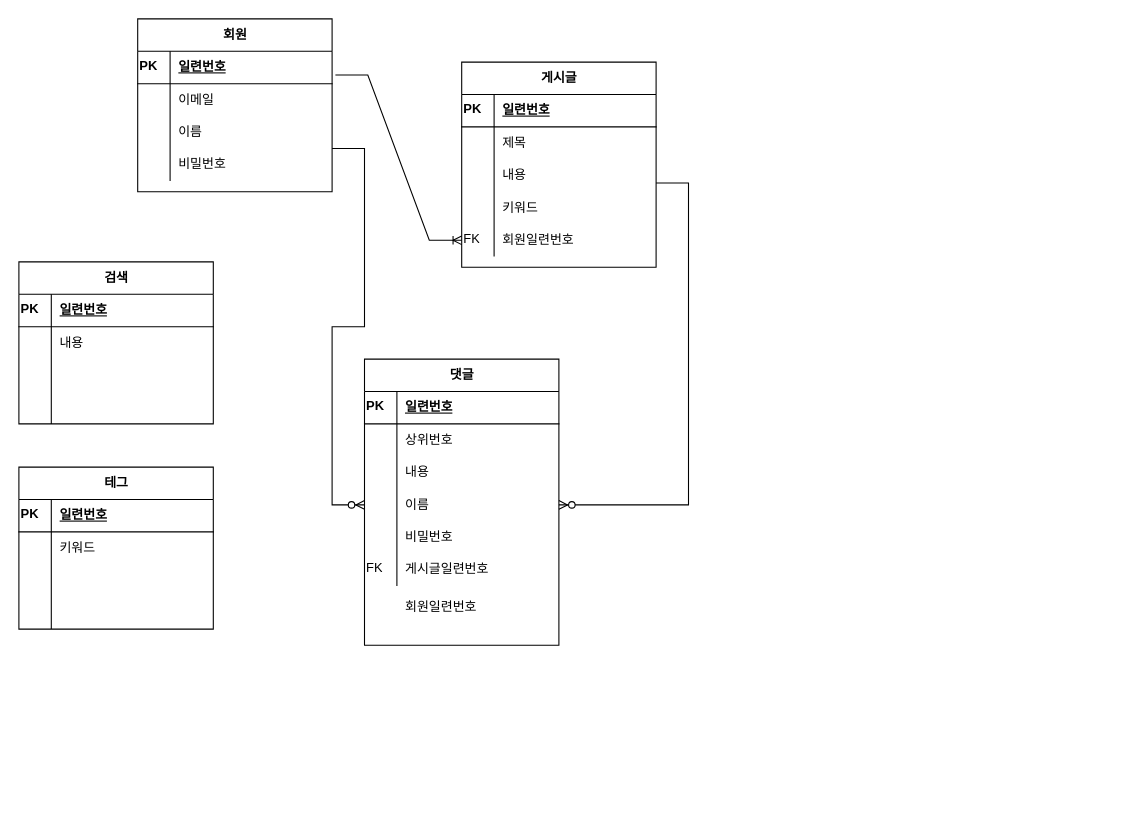
This is blogJoo.drawio from jookyungkim/joo-ERD, a draw.io file, before an edit. Source tidied: cells renumbered, new cells numbered last; positions are measured from the earlier drawing's top-left corner, leaving out a move shared by most shapes. Both pictures are drawn from the tidied source at 108%, with x=0, y=0 at pixel (18, 18).
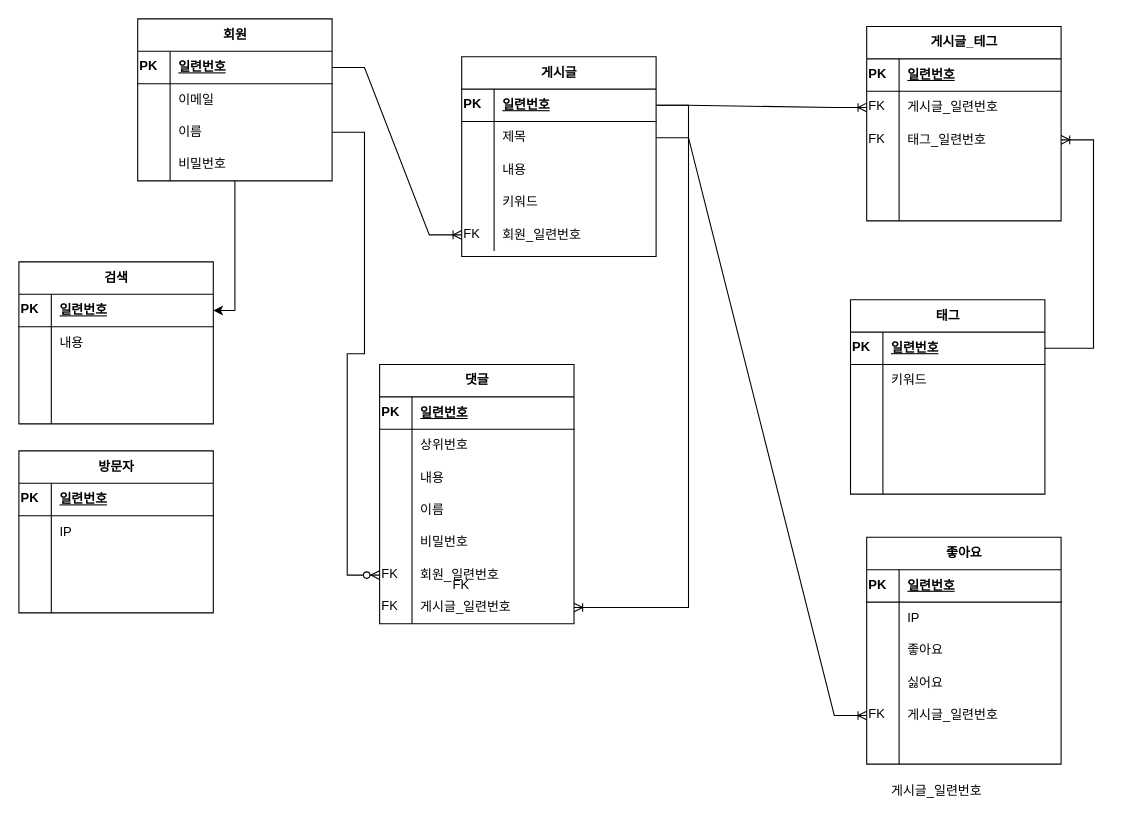
After the change.

The change refers to these unchanged cells:
```xml
<mxCell id="3" style="shape=partialRectangle;fillColor=none;top=0;left=0;bottom=1;right=0;points=[[0,0.5],[1,0.5]];portConstraint=eastwest;align=left;verticalAlign=top;html=1;" parent="2" vertex="1">
  <mxGeometry y="30" width="180" height="30" as="geometry" />
</mxCell>
<mxCell id="9" style="shape=partialRectangle;fillColor=none;top=0;left=0;bottom=0;right=0;points=[[0,0.5],[1,0.5]];portConstraint=eastwest;align=left;verticalAlign=top;html=1;" parent="2" vertex="1">
  <mxGeometry y="90" width="180" height="30" as="geometry" />
</mxCell>
<mxCell id="16" style="shape=partialRectangle;fillColor=none;top=0;left=0;bottom=1;right=0;points=[[0,0.5],[1,0.5]];portConstraint=eastwest;align=left;verticalAlign=top;html=1;" parent="15" vertex="1">
  <mxGeometry y="30" width="180" height="30" as="geometry" />
</mxCell>
<mxCell id="19" style="shape=partialRectangle;fillColor=none;top=0;left=0;bottom=0;right=0;points=[[0,0.5],[1,0.5]];portConstraint=eastwest;align=left;verticalAlign=top;html=1;" parent="15" vertex="1">
  <mxGeometry y="60" width="180" height="30" as="geometry" />
</mxCell>
<mxCell id="28" style="shape=partialRectangle;fillColor=none;top=0;left=0;bottom=0;right=0;points=[[0,0.5],[1,0.5]];portConstraint=eastwest;align=left;verticalAlign=top;html=1;" parent="15" vertex="1">
  <mxGeometry y="150" width="180" height="30" as="geometry" />
</mxCell>
<mxCell id="42" style="shape=partialRectangle;fillColor=none;top=0;left=0;bottom=0;right=0;points=[[0,0.5],[1,0.5]];portConstraint=eastwest;align=left;verticalAlign=top;html=1;" parent="32" vertex="1">
  <mxGeometry y="120" width="180" height="30" as="geometry" />
</mxCell>
<mxCell id="48" style="shape=partialRectangle;fillColor=none;top=0;left=0;bottom=0;right=0;points=[[0,0.5],[1,0.5]];portConstraint=eastwest;align=left;verticalAlign=top;html=1;" parent="32" vertex="1">
  <mxGeometry y="180" width="180" height="30" as="geometry" />
</mxCell>
<mxCell id="53" style="shape=partialRectangle;fillColor=none;top=0;left=0;bottom=1;right=0;points=[[0,0.5],[1,0.5]];portConstraint=eastwest;align=left;verticalAlign=top;html=1;" parent="52" vertex="1">
  <mxGeometry y="30" width="180" height="30" as="geometry" />
</mxCell>
<mxCell id="66" style="shape=partialRectangle;fillColor=none;top=0;left=0;bottom=1;right=0;points=[[0,0.5],[1,0.5]];portConstraint=eastwest;align=left;verticalAlign=top;html=1;" parent="65" vertex="1">
  <mxGeometry y="30" width="180" height="30" as="geometry" />
</mxCell>
```

Diff of the diagram source:
```diff
@@
+    <mxCell id="80" style="edgeStyle=orthogonalEdgeStyle;rounded=0;jettySize=auto;html=1;" parent="1" edge="1" source="2" target="53">
+      <mxGeometry relative="1" as="geometry" />
+    </mxCell>
     <mxCell id="2" value="회원" style="shape=table;startSize=30;childLayout=tableLayout;rowLines=0;fontStyle=1;align=center;html=1;" parent="1" vertex="1">
-      <mxGeometry x="110" width="180" height="160" as="geometry" />
+      <mxGeometry x="110" width="180" height="150" as="geometry" />
     </mxCell>
@@
     <mxCell id="15" value="게시글" style="shape=table;startSize=30;childLayout=tableLayout;rowLines=0;fontStyle=1;align=center;html=1;" parent="1" vertex="1">
-      <mxGeometry x="410" y="40" width="180" height="190" as="geometry" />
+      <mxGeometry x="410" y="35" width="180" height="185" as="geometry" />
     </mxCell>
@@
-    <mxCell id="30" value="회원일련번호" style="shape=partialRectangle;fillColor=none;top=0;left=0;bottom=0;right=0;align=left;spacingLeft=6;overflow=hidden;html=1;" parent="28" vertex="1">
+    <mxCell id="30" value="회원_일련번호" style="shape=partialRectangle;fillColor=none;top=0;left=0;bottom=0;right=0;align=left;spacingLeft=6;overflow=hidden;html=1;" parent="28" vertex="1">
       <mxGeometry x="30" width="150" height="30" as="geometry" />
     </mxCell>
-    <mxCell id="31" style="edgeStyle=entityRelationEdgeStyle;fontSize=12;html=1;endArrow=ERoneToMany;rounded=0;exitX=1.017;exitY=0.733;exitDx=0;exitDy=0;exitPerimeter=0;entryX=0;entryY=0.5;entryDx=0;entryDy=0;" parent="1" edge="1" source="3" target="28">
+    <mxCell id="31" style="edgeStyle=entityRelationEdgeStyle;fontSize=12;html=1;endArrow=ERoneToMany;rounded=0;" parent="1" edge="1" source="3" target="28">
       <mxGeometry relative="1" as="geometry" />
     </mxCell>
     <mxCell id="32" value="댓글" style="shape=table;startSize=30;childLayout=tableLayout;rowLines=0;fontStyle=1;align=center;html=1;" parent="1" vertex="1">
-      <mxGeometry x="320" y="315" width="180" height="265" as="geometry" />
+      <mxGeometry x="334" y="320" width="180" height="240" as="geometry" />
     </mxCell>
@@
-    <mxCell id="50" value="게시글일련번호" style="shape=partialRectangle;fillColor=none;top=0;left=0;bottom=0;right=0;align=left;spacingLeft=6;overflow=hidden;html=1;" parent="48" vertex="1">
+    <mxCell id="50" value="회원_일련번호" style="shape=partialRectangle;fillColor=none;top=0;left=0;bottom=0;right=0;align=left;spacingLeft=6;overflow=hidden;html=1;" parent="48" vertex="1">
       <mxGeometry x="30" width="150" height="30" as="geometry" />
     </mxCell>
-    <mxCell id="51" style="edgeStyle=entityRelationEdgeStyle;fontSize=12;html=1;endArrow=ERzeroToMany;endFill=1;rounded=0;entryX=1;entryY=0.5;entryDx=0;entryDy=0;" parent="1" edge="1" target="42">
-      <mxGeometry relative="1" as="geometry">
-        <mxPoint x="590" y="152" as="sourcePoint" />
-      </mxGeometry>
-    </mxCell>
+    <mxCell id="81" style="shape=partialRectangle;fillColor=none;top=0;left=0;bottom=0;right=0;points=[[0,0.5],[1,0.5]];portConstraint=eastwest;align=left;verticalAlign=top;html=1;" parent="32" vertex="1">
+      <mxGeometry y="210" width="180" height="30" as="geometry" />
+    </mxCell>
+    <mxCell id="82" value="FK" style="shape=partialRectangle;fillColor=none;top=0;left=0;bottom=0;right=0;overflow=hidden;align=left;verticalAlign=top;html=1;" parent="81" vertex="1">
+      <mxGeometry width="30" height="30" as="geometry" />
+    </mxCell>
+    <mxCell id="83" value="게시글_일련번호" style="shape=partialRectangle;fillColor=none;top=0;left=0;bottom=0;right=0;align=left;spacingLeft=6;overflow=hidden;html=1;" parent="81" vertex="1">
+      <mxGeometry x="30" width="150" height="30" as="geometry" />
+    </mxCell>
@@
-    <mxCell id="65" value="테그" style="shape=table;startSize=30;childLayout=tableLayout;rowLines=0;fontStyle=1;align=center;html=1;" parent="1" vertex="1">
-      <mxGeometry y="415" width="180" height="150" as="geometry" />
+    <mxCell id="65" value="태그" style="shape=table;startSize=30;childLayout=tableLayout;rowLines=0;fontStyle=1;align=center;html=1;" parent="1" vertex="1">
+      <mxGeometry x="770" y="260" width="180" height="180" as="geometry" />
     </mxCell>
@@
+    <mxCell id="84" style="shape=partialRectangle;fillColor=none;top=0;left=0;bottom=0;right=0;align=left;verticalAlign=top;html=1;" parent="65" vertex="1">
+      <mxGeometry y="120" width="180" height="30" as="geometry" />
+    </mxCell>
+    <mxCell id="85" style="shape=partialRectangle;fillColor=none;top=0;left=0;bottom=0;right=0;overflow=hidden;align=left;verticalAlign=top;html=1;" parent="84" vertex="1">
+      <mxGeometry width="30" height="30" as="geometry" />
+    </mxCell>
+    <mxCell id="86" style="shape=partialRectangle;fillColor=none;top=0;left=0;bottom=0;right=0;align=left;spacingLeft=6;overflow=hidden;html=1;" parent="84" vertex="1">
+      <mxGeometry x="30" width="150" height="30" as="geometry" />
+    </mxCell>
     <mxCell id="75" style="shape=partialRectangle;fillColor=none;top=0;left=0;bottom=0;right=0;align=left;verticalAlign=top;html=1;" parent="65" vertex="1">
-      <mxGeometry y="120" width="180" height="30" as="geometry" />
+      <mxGeometry y="150" width="180" height="30" as="geometry" />
     </mxCell>
@@
-    <mxCell id="78" value="회원일련번호" style="shape=partialRectangle;fillColor=none;top=0;left=0;bottom=0;right=0;align=left;spacingLeft=6;overflow=hidden;html=1;" parent="1" vertex="1">
-      <mxGeometry x="350" y="530" width="150" height="30" as="geometry" />
-    </mxCell>
-    <mxCell id="79" style="edgeStyle=entityRelationEdgeStyle;fontSize=12;html=1;endArrow=ERzeroToMany;endFill=1;rounded=0;entryX=0;entryY=0.5;entryDx=0;entryDy=0;" parent="1" edge="1" target="42">
-      <mxGeometry relative="1" as="geometry">
-        <mxPoint x="290" y="120" as="sourcePoint" />
-      </mxGeometry>
+    <mxCell id="79" style="edgeStyle=entityRelationEdgeStyle;fontSize=12;html=1;endArrow=ERzeroToMany;endFill=1;rounded=0;" parent="1" edge="1" source="9" target="48">
+      <mxGeometry relative="1" as="geometry" />
     </mxCell>
+    <mxCell id="87" value="게시글_테그" style="shape=table;startSize=30;childLayout=tableLayout;rowLines=0;fontStyle=1;align=center;html=1;" parent="1" vertex="1">
+      <mxGeometry x="785" y="7" width="180" height="180" as="geometry" />
+    </mxCell>
+    <mxCell id="88" style="shape=partialRectangle;fillColor=none;top=0;left=0;bottom=1;right=0;align=left;verticalAlign=top;html=1;" parent="87" vertex="1">
+      <mxGeometry y="30" width="180" height="30" as="geometry" />
+    </mxCell>
+    <mxCell id="89" value="PK" style="shape=partialRectangle;fillColor=none;top=0;left=0;bottom=0;right=0;fontStyle=1;overflow=hidden;align=left;verticalAlign=top;html=1;" parent="88" vertex="1">
+      <mxGeometry width="30" height="30" as="geometry" />
+    </mxCell>
+    <mxCell id="90" value="일련번호" style="shape=partialRectangle;fillColor=none;top=0;left=0;bottom=0;right=0;align=left;spacingLeft=6;fontStyle=5;overflow=hidden;html=1;" parent="88" vertex="1">
+      <mxGeometry x="30" width="150" height="30" as="geometry" />
+    </mxCell>
+    <mxCell id="91" style="shape=partialRectangle;fillColor=none;top=0;left=0;bottom=0;right=0;points=[[0,0.5],[1,0.5]];portConstraint=eastwest;align=left;verticalAlign=top;html=1;" parent="87" vertex="1">
+      <mxGeometry y="60" width="180" height="30" as="geometry" />
+    </mxCell>
+    <mxCell id="92" value="FK" style="shape=partialRectangle;fillColor=none;top=0;left=0;bottom=0;right=0;overflow=hidden;align=left;verticalAlign=top;html=1;" parent="91" vertex="1">
+      <mxGeometry width="30" height="30" as="geometry" />
+    </mxCell>
+    <mxCell id="93" value="게시글_일련번호" style="shape=partialRectangle;fillColor=none;top=0;left=0;bottom=0;right=0;align=left;spacingLeft=6;overflow=hidden;html=1;" parent="91" vertex="1">
+      <mxGeometry x="30" width="150" height="30" as="geometry" />
+    </mxCell>
+    <mxCell id="94" style="shape=partialRectangle;fillColor=none;top=0;left=0;bottom=0;right=0;points=[[0,0.5],[1,0.5]];portConstraint=eastwest;align=left;verticalAlign=top;html=1;" parent="87" vertex="1">
+      <mxGeometry y="90" width="180" height="30" as="geometry" />
+    </mxCell>
+    <mxCell id="95" value="FK" style="shape=partialRectangle;fillColor=none;top=0;left=0;bottom=0;right=0;overflow=hidden;align=left;verticalAlign=top;html=1;" parent="94" vertex="1">
+      <mxGeometry width="30" height="30" as="geometry" />
+    </mxCell>
+    <mxCell id="96" value="태그_일련번호" style="shape=partialRectangle;fillColor=none;top=0;left=0;bottom=0;right=0;align=left;spacingLeft=6;overflow=hidden;html=1;" parent="94" vertex="1">
+      <mxGeometry x="30" width="150" height="30" as="geometry" />
+    </mxCell>
+    <mxCell id="97" style="shape=partialRectangle;fillColor=none;top=0;left=0;bottom=0;right=0;align=left;verticalAlign=top;html=1;" parent="87" vertex="1">
+      <mxGeometry y="120" width="180" height="30" as="geometry" />
+    </mxCell>
+    <mxCell id="98" style="shape=partialRectangle;fillColor=none;top=0;left=0;bottom=0;right=0;overflow=hidden;align=left;verticalAlign=top;html=1;" parent="97" vertex="1">
+      <mxGeometry width="30" height="30" as="geometry" />
+    </mxCell>
+    <mxCell id="99" style="shape=partialRectangle;fillColor=none;top=0;left=0;bottom=0;right=0;align=left;spacingLeft=6;overflow=hidden;html=1;" parent="97" vertex="1">
+      <mxGeometry x="30" width="150" height="30" as="geometry" />
+    </mxCell>
+    <mxCell id="100" style="shape=partialRectangle;fillColor=none;top=0;left=0;bottom=0;right=0;align=left;verticalAlign=top;html=1;" parent="87" vertex="1">
+      <mxGeometry y="150" width="180" height="30" as="geometry" />
+    </mxCell>
+    <mxCell id="101" style="shape=partialRectangle;fillColor=none;top=0;left=0;bottom=0;right=0;overflow=hidden;align=left;verticalAlign=top;html=1;" parent="100" vertex="1">
+      <mxGeometry width="30" height="30" as="geometry" />
+    </mxCell>
+    <mxCell id="102" style="shape=partialRectangle;fillColor=none;top=0;left=0;bottom=0;right=0;align=left;spacingLeft=6;overflow=hidden;html=1;" parent="100" vertex="1">
+      <mxGeometry x="30" width="150" height="30" as="geometry" />
+    </mxCell>
+    <mxCell id="103" value="방문자" style="shape=table;startSize=30;childLayout=tableLayout;rowLines=0;fontStyle=1;align=center;html=1;" parent="1" vertex="1">
+      <mxGeometry y="400" width="180" height="150" as="geometry" />
+    </mxCell>
+    <mxCell id="104" style="shape=partialRectangle;fillColor=none;top=0;left=0;bottom=1;right=0;align=left;verticalAlign=top;html=1;" parent="103" vertex="1">
+      <mxGeometry y="30" width="180" height="30" as="geometry" />
+    </mxCell>
+    <mxCell id="105" value="PK" style="shape=partialRectangle;fillColor=none;top=0;left=0;bottom=0;right=0;fontStyle=1;overflow=hidden;align=left;verticalAlign=top;html=1;" parent="104" vertex="1">
+      <mxGeometry width="30" height="30" as="geometry" />
+    </mxCell>
+    <mxCell id="106" value="일련번호" style="shape=partialRectangle;fillColor=none;top=0;left=0;bottom=0;right=0;align=left;spacingLeft=6;fontStyle=5;overflow=hidden;html=1;" parent="104" vertex="1">
+      <mxGeometry x="30" width="150" height="30" as="geometry" />
+    </mxCell>
+    <mxCell id="107" style="shape=partialRectangle;fillColor=none;top=0;left=0;bottom=0;right=0;align=left;verticalAlign=top;html=1;" parent="103" vertex="1">
+      <mxGeometry y="60" width="180" height="30" as="geometry" />
+    </mxCell>
+    <mxCell id="108" style="shape=partialRectangle;fillColor=none;top=0;left=0;bottom=0;right=0;overflow=hidden;align=left;verticalAlign=top;html=1;" parent="107" vertex="1">
+      <mxGeometry width="30" height="30" as="geometry" />
+    </mxCell>
+    <mxCell id="109" value="IP" style="shape=partialRectangle;fillColor=none;top=0;left=0;bottom=0;right=0;align=left;spacingLeft=6;overflow=hidden;html=1;" parent="107" vertex="1">
+      <mxGeometry x="30" width="150" height="30" as="geometry" />
+    </mxCell>
+    <mxCell id="110" style="shape=partialRectangle;fillColor=none;top=0;left=0;bottom=0;right=0;align=left;verticalAlign=top;html=1;" parent="103" vertex="1">
+      <mxGeometry y="90" width="180" height="30" as="geometry" />
+    </mxCell>
+    <mxCell id="111" style="shape=partialRectangle;fillColor=none;top=0;left=0;bottom=0;right=0;overflow=hidden;align=left;verticalAlign=top;html=1;" parent="110" vertex="1">
+      <mxGeometry width="30" height="30" as="geometry" />
+    </mxCell>
+    <mxCell id="112" style="shape=partialRectangle;fillColor=none;top=0;left=0;bottom=0;right=0;align=left;spacingLeft=6;overflow=hidden;html=1;" parent="110" vertex="1">
+      <mxGeometry x="30" width="150" height="30" as="geometry" />
+    </mxCell>
+    <mxCell id="113" style="shape=partialRectangle;fillColor=none;top=0;left=0;bottom=0;right=0;align=left;verticalAlign=top;html=1;" parent="103" vertex="1">
+      <mxGeometry y="120" width="180" height="30" as="geometry" />
+    </mxCell>
+    <mxCell id="114" style="shape=partialRectangle;fillColor=none;top=0;left=0;bottom=0;right=0;overflow=hidden;align=left;verticalAlign=top;html=1;" parent="113" vertex="1">
+      <mxGeometry width="30" height="30" as="geometry" />
+    </mxCell>
+    <mxCell id="115" style="shape=partialRectangle;fillColor=none;top=0;left=0;bottom=0;right=0;align=left;spacingLeft=6;overflow=hidden;html=1;" parent="113" vertex="1">
+      <mxGeometry x="30" width="150" height="30" as="geometry" />
+    </mxCell>
+    <mxCell id="116" value="좋아요" style="shape=table;startSize=30;childLayout=tableLayout;rowLines=0;fontStyle=1;align=center;html=1;" parent="1" vertex="1">
+      <mxGeometry x="785" y="480" width="180" height="210" as="geometry" />
+    </mxCell>
+    <mxCell id="117" style="shape=partialRectangle;fillColor=none;top=0;left=0;bottom=1;right=0;align=left;verticalAlign=top;html=1;" parent="116" vertex="1">
+      <mxGeometry y="30" width="180" height="30" as="geometry" />
+    </mxCell>
+    <mxCell id="118" value="PK" style="shape=partialRectangle;fillColor=none;top=0;left=0;bottom=0;right=0;fontStyle=1;overflow=hidden;align=left;verticalAlign=top;html=1;" parent="117" vertex="1">
+      <mxGeometry width="30" height="30" as="geometry" />
+    </mxCell>
+    <mxCell id="119" value="일련번호" style="shape=partialRectangle;fillColor=none;top=0;left=0;bottom=0;right=0;align=left;spacingLeft=6;fontStyle=5;overflow=hidden;html=1;" parent="117" vertex="1">
+      <mxGeometry x="30" width="150" height="30" as="geometry" />
+    </mxCell>
+    <mxCell id="120" style="shape=partialRectangle;fillColor=none;top=0;left=0;bottom=0;right=0;align=left;verticalAlign=top;html=1;" parent="116" vertex="1">
+      <mxGeometry y="60" width="180" height="30" as="geometry" />
+    </mxCell>
+    <mxCell id="121" style="shape=partialRectangle;fillColor=none;top=0;left=0;bottom=0;right=0;overflow=hidden;align=left;verticalAlign=top;html=1;" parent="120" vertex="1">
+      <mxGeometry width="30" height="30" as="geometry" />
+    </mxCell>
+    <mxCell id="122" value="IP" style="shape=partialRectangle;fillColor=none;top=0;left=0;bottom=0;right=0;align=left;spacingLeft=6;overflow=hidden;html=1;" parent="120" vertex="1">
+      <mxGeometry x="30" width="150" height="30" as="geometry" />
+    </mxCell>
+    <mxCell id="123" style="shape=partialRectangle;fillColor=none;top=0;left=0;bottom=0;right=0;align=left;verticalAlign=top;html=1;" parent="116" vertex="1">
+      <mxGeometry y="90" width="180" height="30" as="geometry" />
+    </mxCell>
+    <mxCell id="124" style="shape=partialRectangle;fillColor=none;top=0;left=0;bottom=0;right=0;overflow=hidden;align=left;verticalAlign=top;html=1;" parent="123" vertex="1">
+      <mxGeometry width="30" height="30" as="geometry" />
+    </mxCell>
+    <mxCell id="125" value="좋아요" style="shape=partialRectangle;fillColor=none;top=0;left=0;bottom=0;right=0;align=left;spacingLeft=6;overflow=hidden;html=1;" parent="123" vertex="1">
+      <mxGeometry x="30" width="150" height="30" as="geometry" />
+    </mxCell>
+    <mxCell id="126" style="shape=partialRectangle;fillColor=none;top=0;left=0;bottom=0;right=0;align=left;verticalAlign=top;html=1;" parent="116" vertex="1">
+      <mxGeometry y="120" width="180" height="30" as="geometry" />
+    </mxCell>
+    <mxCell id="127" style="shape=partialRectangle;fillColor=none;top=0;left=0;bottom=0;right=0;overflow=hidden;align=left;verticalAlign=top;html=1;" parent="126" vertex="1">
+      <mxGeometry width="30" height="30" as="geometry" />
+    </mxCell>
+    <mxCell id="128" value="싫어요" style="shape=partialRectangle;fillColor=none;top=0;left=0;bottom=0;right=0;align=left;spacingLeft=6;overflow=hidden;html=1;" parent="126" vertex="1">
+      <mxGeometry x="30" width="150" height="30" as="geometry" />
+    </mxCell>
+    <mxCell id="129" style="shape=partialRectangle;fillColor=none;top=0;left=0;bottom=0;right=0;points=[[0,0.5],[1,0.5]];portConstraint=eastwest;align=left;verticalAlign=top;html=1;" parent="116" vertex="1">
+      <mxGeometry y="150" width="180" height="30" as="geometry" />
+    </mxCell>
+    <mxCell id="130" value="FK" style="shape=partialRectangle;fillColor=none;top=0;left=0;bottom=0;right=0;overflow=hidden;align=left;verticalAlign=top;html=1;" parent="129" vertex="1">
+      <mxGeometry width="30" height="30" as="geometry" />
+    </mxCell>
+    <mxCell id="131" value="게시글_일련번호" style="shape=partialRectangle;fillColor=none;top=0;left=0;bottom=0;right=0;align=left;spacingLeft=6;overflow=hidden;html=1;" parent="129" vertex="1">
+      <mxGeometry x="30" width="150" height="30" as="geometry" />
+    </mxCell>
+    <mxCell id="132" style="shape=partialRectangle;fillColor=none;top=0;left=0;bottom=0;right=0;align=left;verticalAlign=top;html=1;" parent="116" vertex="1">
+      <mxGeometry y="180" width="180" height="30" as="geometry" />
+    </mxCell>
+    <mxCell id="133" style="shape=partialRectangle;fillColor=none;top=0;left=0;bottom=0;right=0;overflow=hidden;align=left;verticalAlign=top;html=1;" parent="132" vertex="1">
+      <mxGeometry width="30" height="30" as="geometry" />
+    </mxCell>
+    <mxCell id="134" style="shape=partialRectangle;fillColor=none;top=0;left=0;bottom=0;right=0;align=left;spacingLeft=6;overflow=hidden;html=1;" parent="132" vertex="1">
+      <mxGeometry x="30" width="150" height="30" as="geometry" />
+    </mxCell>
+    <mxCell id="135" value="FK" style="shape=partialRectangle;fillColor=none;top=0;left=0;bottom=0;right=0;overflow=hidden;align=left;verticalAlign=top;html=1;" parent="1" vertex="1">
+      <mxGeometry x="400" y="510" width="30" height="30" as="geometry" />
+    </mxCell>
+    <mxCell id="136" value="게시글_일련번호" style="shape=partialRectangle;fillColor=none;top=0;left=0;bottom=0;right=0;align=left;spacingLeft=6;overflow=hidden;html=1;" parent="1" vertex="1">
+      <mxGeometry x="800" y="700" width="150" height="30" as="geometry" />
+    </mxCell>
+    <mxCell id="137" style="edgeStyle=entityRelationEdgeStyle;fontSize=12;html=1;endArrow=ERoneToMany;rounded=0;" parent="1" edge="1" target="91">
+      <mxGeometry relative="1" as="geometry">
+        <mxPoint x="590" y="80" as="sourcePoint" />
+      </mxGeometry>
+    </mxCell>
+    <mxCell id="138" style="edgeStyle=entityRelationEdgeStyle;fontSize=12;html=1;endArrow=ERoneToMany;rounded=0;" parent="1" edge="1" source="66" target="94">
+      <mxGeometry relative="1" as="geometry" />
+    </mxCell>
+    <mxCell id="139" style="edgeStyle=entityRelationEdgeStyle;fontSize=12;html=1;endArrow=ERoneToMany;rounded=0;" parent="1" edge="1" source="19" target="129">
+      <mxGeometry relative="1" as="geometry" />
+    </mxCell>
+    <mxCell id="140" style="edgeStyle=entityRelationEdgeStyle;fontSize=12;html=1;endArrow=ERoneToMany;rounded=0;" parent="1" edge="1" source="16" target="81">
+      <mxGeometry relative="1" as="geometry" />
+    </mxCell>
```
